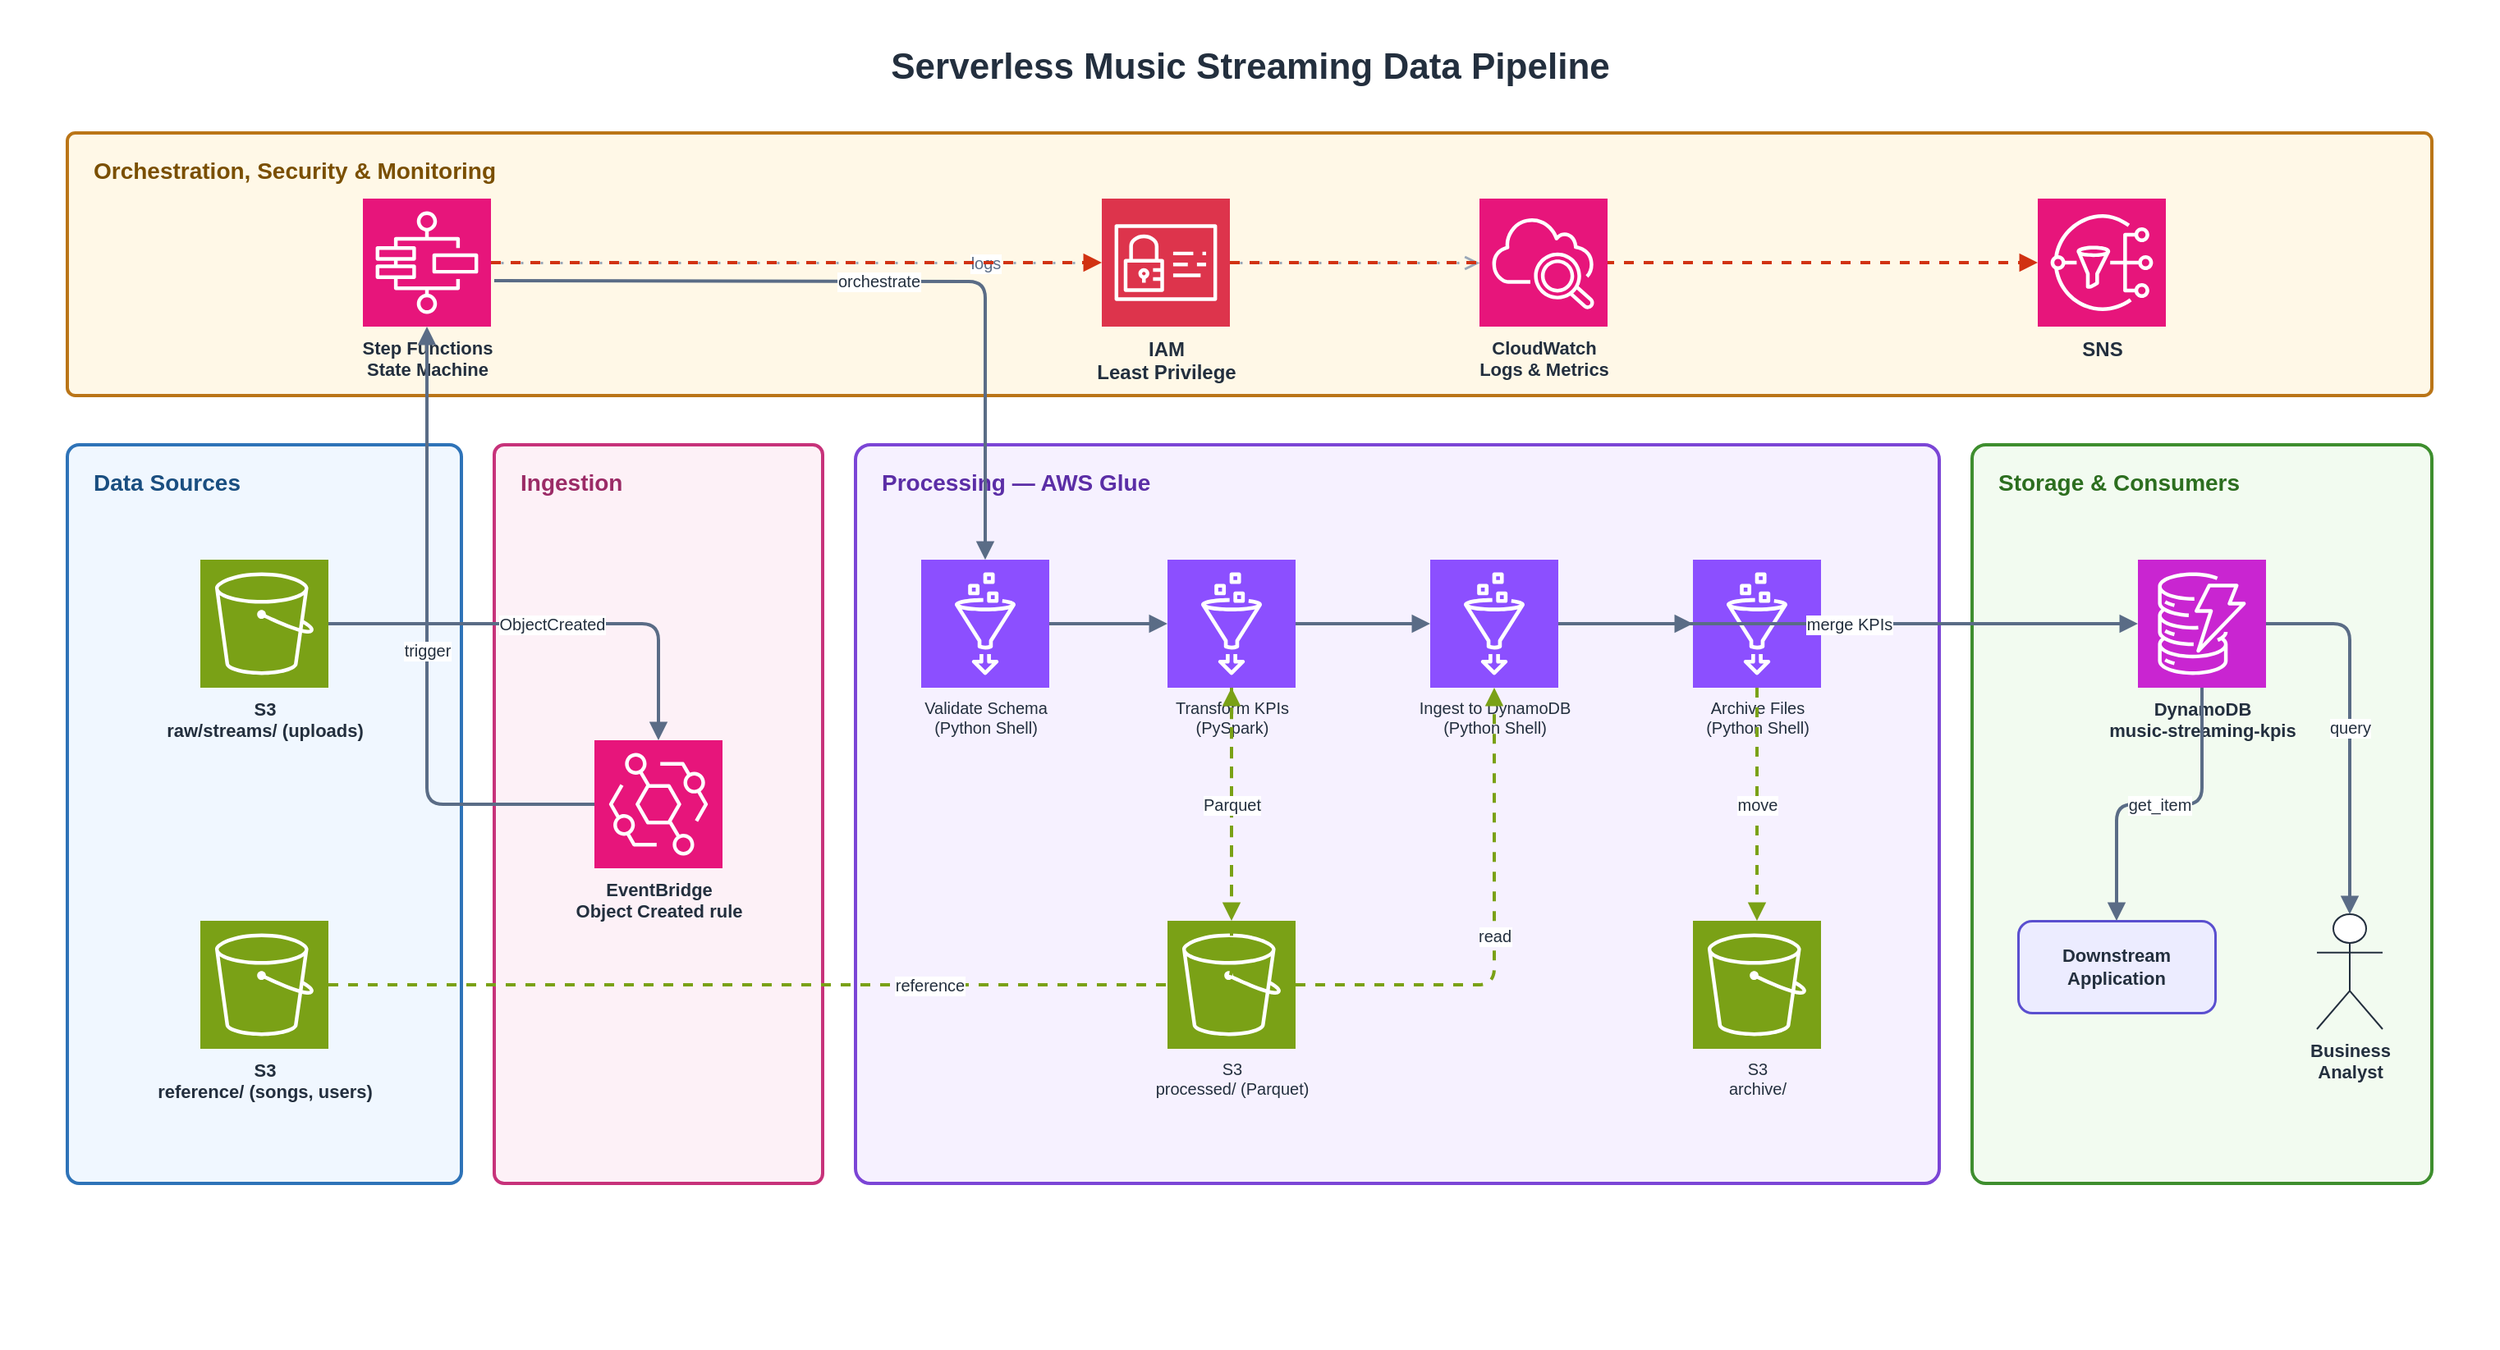
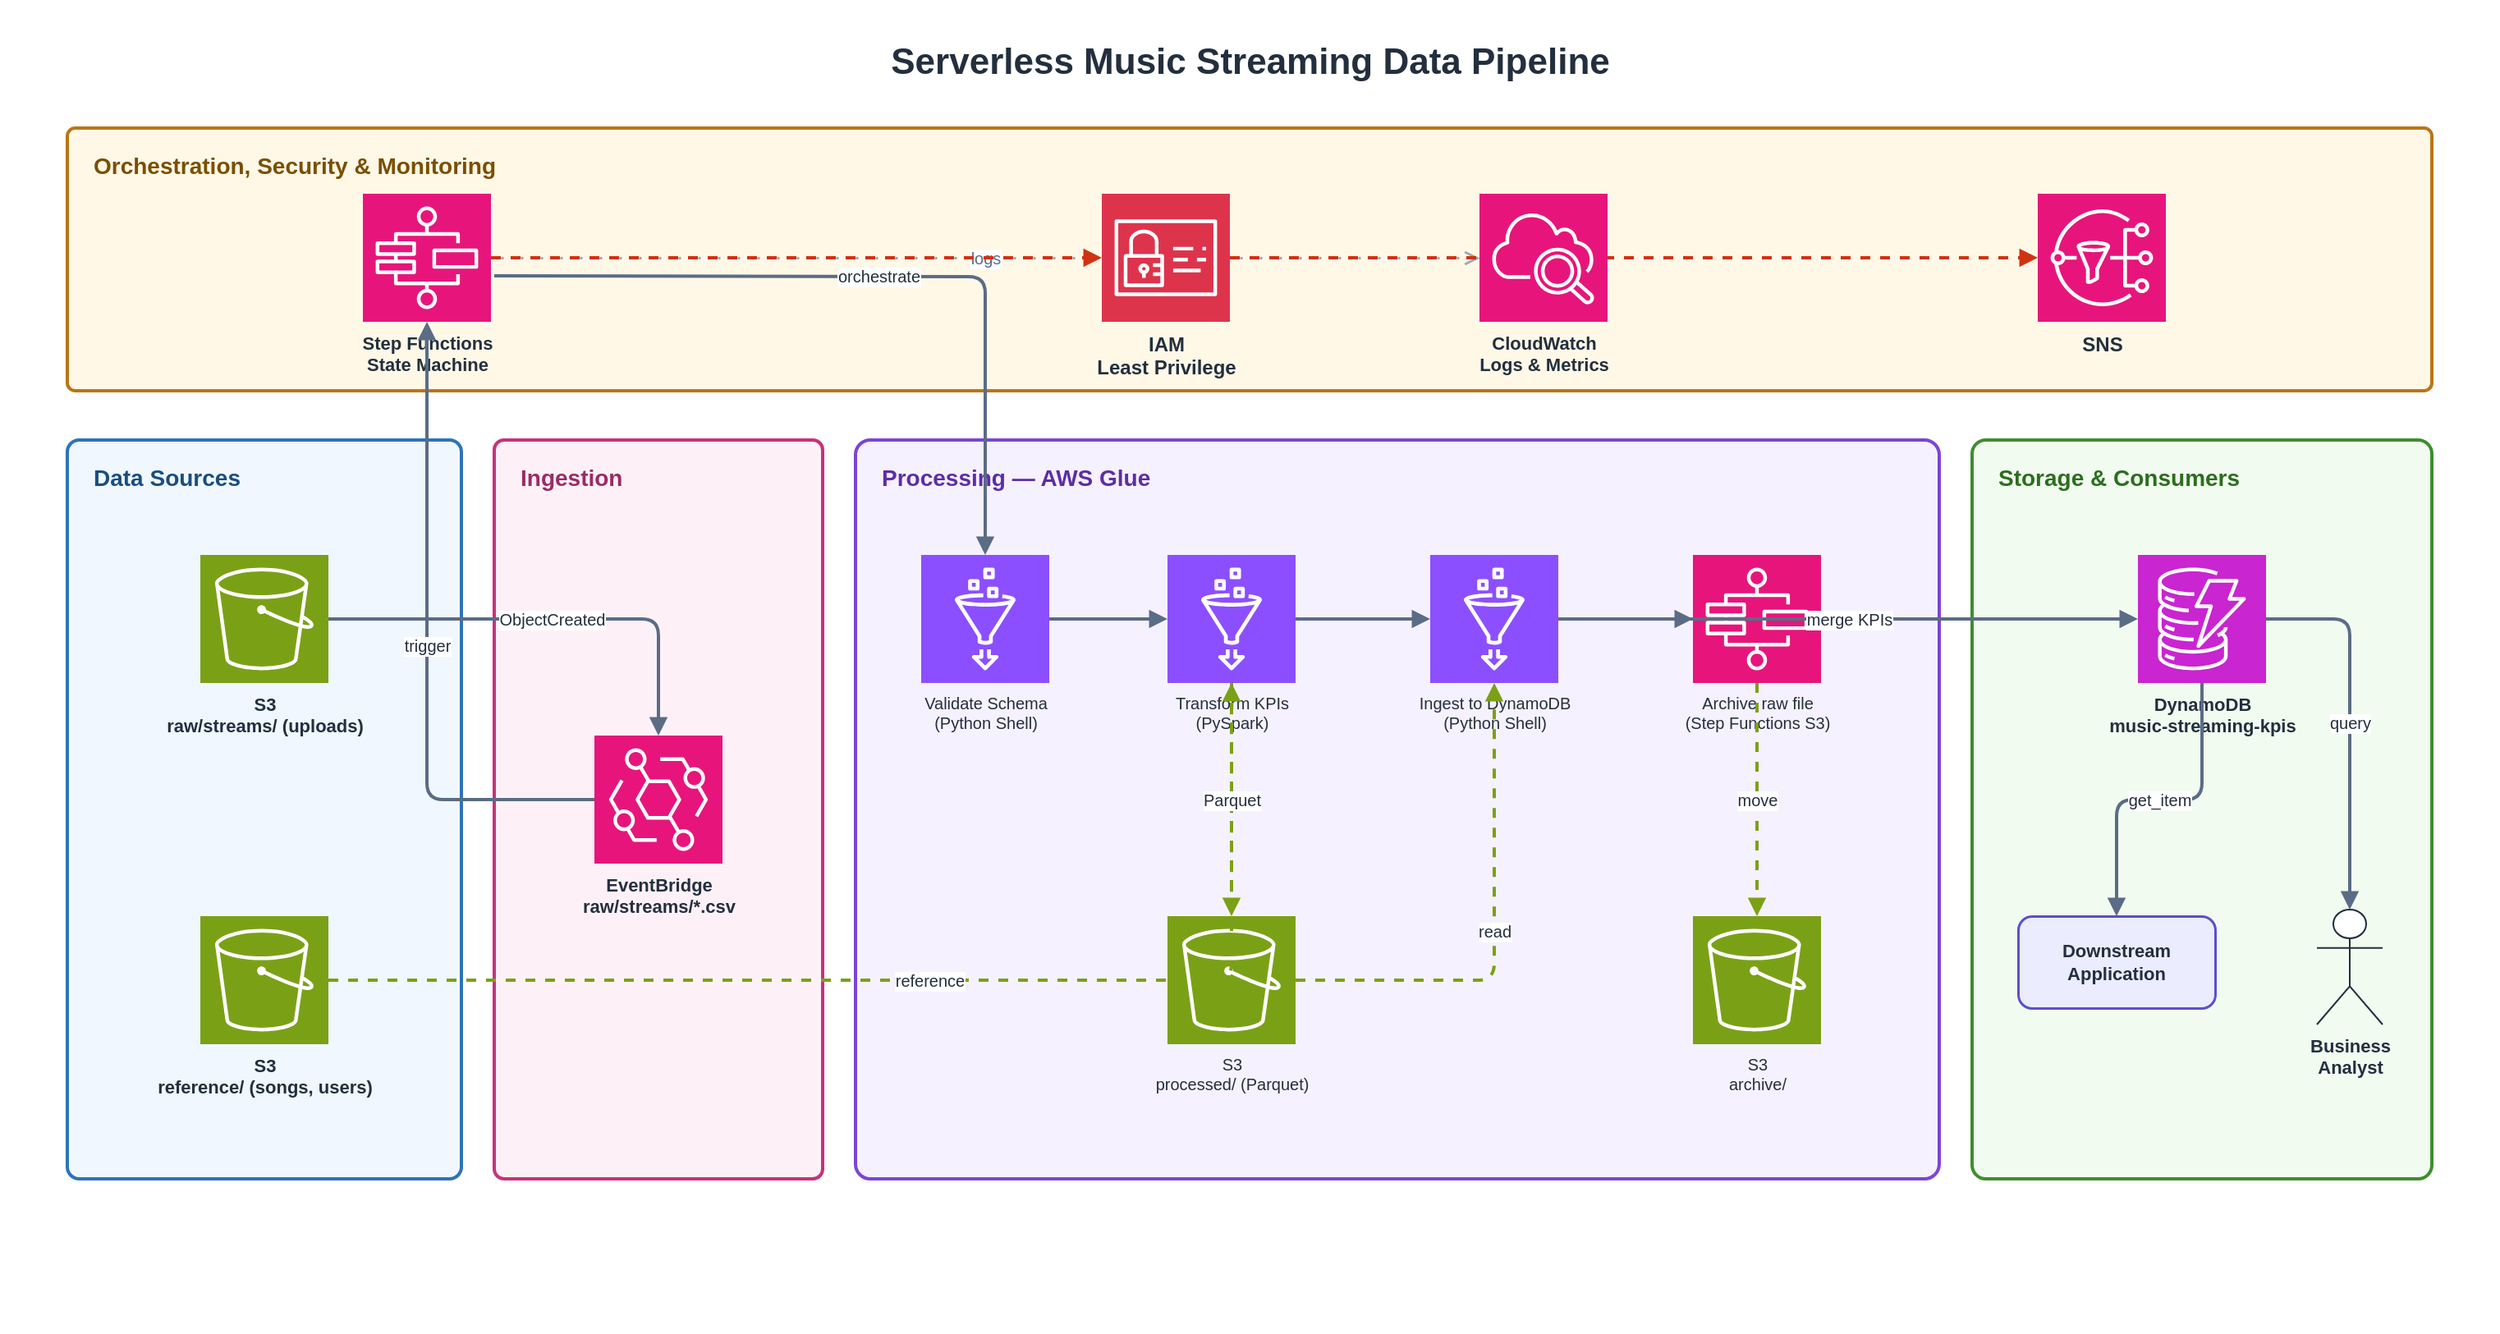
<mxfile host="65bd71144e">
    <diagram id="music-streaming-pipeline" name="Music Streaming Pipeline Architecture">
-         <mxGraphModel dx="2140" dy="930" grid="1" gridSize="10" guides="1" tooltips="1" connect="1" arrows="1" fold="1" page="1" pageScale="1" pageWidth="1520" pageHeight="820" background="#FFFFFF" math="0" shadow="0">
+         <mxGraphModel dx="1448" dy="1090" grid="1" gridSize="10" guides="1" tooltips="1" connect="1" arrows="1" fold="1" page="1" pageScale="1" pageWidth="1520" pageHeight="819" background="#FFFFFF" math="0" shadow="0">
            <root>
                <mxCell id="0"/>
                <mxCell id="1" parent="0"/>
-                 <mxCell id="7" value="" style="rounded=0;whiteSpace=wrap;html=1;strokeColor=#FFFFFF;" vertex="1" parent="1">
-                     <mxGeometry width="1520" height="820" as="geometry"/>
+                 <mxCell id="7" value="" style="rounded=0;whiteSpace=wrap;html=1;strokeColor=#FFFFFF;" parent="1" vertex="1">
+                     <mxGeometry y="3" width="1520" height="810" as="geometry"/>
                </mxCell>
                <mxCell id="title" value="Serverless Music Streaming Data Pipeline" style="text;html=1;align=center;verticalAlign=middle;fontSize=22;fontStyle=1;fontColor=#232F3E;" parent="1" vertex="1">
                    <mxGeometry x="40" y="20" width="1440" height="40" as="geometry"/>
                </mxCell>
                <mxCell id="govern" value="Orchestration, Security &amp; Monitoring" style="rounded=1;whiteSpace=wrap;html=1;fillColor=#FFF8E7;strokeColor=#BA7517;dashed=0;verticalAlign=top;align=left;spacingLeft=14;spacingTop=8;fontSize=14;fontStyle=1;fontColor=#7A4F00;strokeWidth=2;arcSize=3;" parent="1" vertex="1">
                    <mxGeometry x="40" y="80" width="1440" height="160" as="geometry"/>
                </mxCell>
                <mxCell id="ds" value="Data Sources" style="rounded=1;whiteSpace=wrap;html=1;fillColor=#F0F7FF;strokeColor=#2E73B8;dashed=0;verticalAlign=top;align=left;spacingLeft=14;spacingTop=8;fontSize=14;fontStyle=1;fontColor=#1A4E80;strokeWidth=2;arcSize=3;" parent="1" vertex="1">
                    <mxGeometry x="40" y="270" width="240" height="450" as="geometry"/>
                </mxCell>
                <mxCell id="ing" value="Ingestion" style="rounded=1;whiteSpace=wrap;html=1;fillColor=#FDF1F7;strokeColor=#C7327A;dashed=0;verticalAlign=top;align=left;spacingLeft=14;spacingTop=8;fontSize=14;fontStyle=1;fontColor=#9B2B66;strokeWidth=2;arcSize=3;" parent="1" vertex="1">
                    <mxGeometry x="300" y="270" width="200" height="450" as="geometry"/>
                </mxCell>
                <mxCell id="proc" value="Processing — AWS Glue" style="rounded=1;whiteSpace=wrap;html=1;fillColor=#F6F1FF;strokeColor=#7B45D6;dashed=0;verticalAlign=top;align=left;spacingLeft=14;spacingTop=8;fontSize=14;fontStyle=1;fontColor=#5B2EA6;strokeWidth=2;arcSize=2;" parent="1" vertex="1">
                    <mxGeometry x="520" y="270" width="660" height="450" as="geometry"/>
                </mxCell>
                <mxCell id="cons" value="Storage &amp; Consumers" style="rounded=1;whiteSpace=wrap;html=1;fillColor=#F2FBF0;strokeColor=#3E8E2E;dashed=0;verticalAlign=top;align=left;spacingLeft=14;spacingTop=8;fontSize=14;fontStyle=1;fontColor=#2C6E1F;strokeWidth=2;arcSize=3;" parent="1" vertex="1">
                    <mxGeometry x="1200" y="270" width="280" height="450" as="geometry"/>
                </mxCell>
-                 <mxCell id="sfn" value="Step Functions&#xa;State Machine" style="sketch=0;outlineConnect=0;fontColor=#232F3E;gradientColor=none;fillColor=#E7157B;strokeColor=#ffffff;dashed=0;verticalLabelPosition=bottom;verticalAlign=top;align=center;html=1;fontSize=11;fontStyle=1;aspect=fixed;shape=mxgraph.aws4.resourceIcon;resIcon=mxgraph.aws4.step_functions;" parent="1" vertex="1">
+                 <mxCell id="sfn" value="Step Functions&#10;State Machine" style="sketch=0;outlineConnect=0;fontColor=#232F3E;gradientColor=none;fillColor=#E7157B;strokeColor=#ffffff;dashed=0;verticalLabelPosition=bottom;verticalAlign=top;align=center;html=1;fontSize=11;fontStyle=1;aspect=fixed;shape=mxgraph.aws4.resourceIcon;resIcon=mxgraph.aws4.step_functions;" parent="1" vertex="1">
                    <mxGeometry x="220" y="120" width="78" height="78" as="geometry"/>
                </mxCell>
-                 <mxCell id="s3raw" value="S3&#xa;raw/streams/ (uploads)" style="sketch=0;outlineConnect=0;fontColor=#232F3E;gradientColor=none;fillColor=#7AA116;strokeColor=#ffffff;dashed=0;verticalLabelPosition=bottom;verticalAlign=top;align=center;html=1;fontSize=11;fontStyle=1;aspect=fixed;shape=mxgraph.aws4.resourceIcon;resIcon=mxgraph.aws4.s3;" parent="1" vertex="1">
+                 <mxCell id="s3raw" value="S3&#10;raw/streams/ (uploads)" style="sketch=0;outlineConnect=0;fontColor=#232F3E;gradientColor=none;fillColor=#7AA116;strokeColor=#ffffff;dashed=0;verticalLabelPosition=bottom;verticalAlign=top;align=center;html=1;fontSize=11;fontStyle=1;aspect=fixed;shape=mxgraph.aws4.resourceIcon;resIcon=mxgraph.aws4.s3;" parent="1" vertex="1">
                    <mxGeometry x="121" y="340" width="78" height="78" as="geometry"/>
                </mxCell>
-                 <mxCell id="s3ref" value="S3&#xa;reference/ (songs, users)" style="sketch=0;outlineConnect=0;fontColor=#232F3E;gradientColor=none;fillColor=#7AA116;strokeColor=#ffffff;dashed=0;verticalLabelPosition=bottom;verticalAlign=top;align=center;html=1;fontSize=11;fontStyle=1;aspect=fixed;shape=mxgraph.aws4.resourceIcon;resIcon=mxgraph.aws4.s3;" parent="1" vertex="1">
+                 <mxCell id="s3ref" value="S3&#10;reference/ (songs, users)" style="sketch=0;outlineConnect=0;fontColor=#232F3E;gradientColor=none;fillColor=#7AA116;strokeColor=#ffffff;dashed=0;verticalLabelPosition=bottom;verticalAlign=top;align=center;html=1;fontSize=11;fontStyle=1;aspect=fixed;shape=mxgraph.aws4.resourceIcon;resIcon=mxgraph.aws4.s3;" parent="1" vertex="1">
                    <mxGeometry x="121" y="560" width="78" height="78" as="geometry"/>
                </mxCell>
-                 <mxCell id="eb" value="EventBridge&#xa;Object Created rule" style="sketch=0;outlineConnect=0;fontColor=#232F3E;gradientColor=none;fillColor=#E7157B;strokeColor=#ffffff;dashed=0;verticalLabelPosition=bottom;verticalAlign=top;align=center;html=1;fontSize=11;fontStyle=1;aspect=fixed;shape=mxgraph.aws4.resourceIcon;resIcon=mxgraph.aws4.eventbridge;" parent="1" vertex="1">
+                 <mxCell id="eb" value="EventBridge&#10;raw/streams/*.csv" style="sketch=0;outlineConnect=0;fontColor=#232F3E;gradientColor=none;fillColor=#E7157B;strokeColor=#ffffff;dashed=0;verticalLabelPosition=bottom;verticalAlign=top;align=center;html=1;fontSize=11;fontStyle=1;aspect=fixed;shape=mxgraph.aws4.resourceIcon;resIcon=mxgraph.aws4.eventbridge;" parent="1" vertex="1">
                    <mxGeometry x="361" y="450" width="78" height="78" as="geometry"/>
                </mxCell>
-                 <mxCell id="gv" value="Validate Schema&#xa;(Python Shell)" style="sketch=0;outlineConnect=0;fontColor=#232F3E;gradientColor=none;fillColor=#8C4FFF;strokeColor=#ffffff;dashed=0;verticalLabelPosition=bottom;verticalAlign=top;align=center;html=1;fontSize=10;fontStyle=0;aspect=fixed;shape=mxgraph.aws4.resourceIcon;resIcon=mxgraph.aws4.glue;" parent="1" vertex="1">
+                 <mxCell id="gv" value="Validate Schema&#10;(Python Shell)" style="sketch=0;outlineConnect=0;fontColor=#232F3E;gradientColor=none;fillColor=#8C4FFF;strokeColor=#ffffff;dashed=0;verticalLabelPosition=bottom;verticalAlign=top;align=center;html=1;fontSize=10;fontStyle=0;aspect=fixed;shape=mxgraph.aws4.resourceIcon;resIcon=mxgraph.aws4.glue;" parent="1" vertex="1">
                    <mxGeometry x="560" y="340" width="78" height="78" as="geometry"/>
                </mxCell>
-                 <mxCell id="gt" value="Transform KPIs&#xa;(PySpark)" style="sketch=0;outlineConnect=0;fontColor=#232F3E;gradientColor=none;fillColor=#8C4FFF;strokeColor=#ffffff;dashed=0;verticalLabelPosition=bottom;verticalAlign=top;align=center;html=1;fontSize=10;fontStyle=0;aspect=fixed;shape=mxgraph.aws4.resourceIcon;resIcon=mxgraph.aws4.glue;" parent="1" vertex="1">
+                 <mxCell id="gt" value="Transform KPIs&#10;(PySpark)" style="sketch=0;outlineConnect=0;fontColor=#232F3E;gradientColor=none;fillColor=#8C4FFF;strokeColor=#ffffff;dashed=0;verticalLabelPosition=bottom;verticalAlign=top;align=center;html=1;fontSize=10;fontStyle=0;aspect=fixed;shape=mxgraph.aws4.resourceIcon;resIcon=mxgraph.aws4.glue;" parent="1" vertex="1">
                    <mxGeometry x="710" y="340" width="78" height="78" as="geometry"/>
                </mxCell>
-                 <mxCell id="gi" value="Ingest to DynamoDB&#xa;(Python Shell)" style="sketch=0;outlineConnect=0;fontColor=#232F3E;gradientColor=none;fillColor=#8C4FFF;strokeColor=#ffffff;dashed=0;verticalLabelPosition=bottom;verticalAlign=top;align=center;html=1;fontSize=10;fontStyle=0;aspect=fixed;shape=mxgraph.aws4.resourceIcon;resIcon=mxgraph.aws4.glue;" parent="1" vertex="1">
+                 <mxCell id="gi" value="Ingest to DynamoDB&#10;(Python Shell)" style="sketch=0;outlineConnect=0;fontColor=#232F3E;gradientColor=none;fillColor=#8C4FFF;strokeColor=#ffffff;dashed=0;verticalLabelPosition=bottom;verticalAlign=top;align=center;html=1;fontSize=10;fontStyle=0;aspect=fixed;shape=mxgraph.aws4.resourceIcon;resIcon=mxgraph.aws4.glue;" parent="1" vertex="1">
                    <mxGeometry x="870" y="340" width="78" height="78" as="geometry"/>
                </mxCell>
-                 <mxCell id="ga" value="Archive Files&#xa;(Python Shell)" style="sketch=0;outlineConnect=0;fontColor=#232F3E;gradientColor=none;fillColor=#8C4FFF;strokeColor=#ffffff;dashed=0;verticalLabelPosition=bottom;verticalAlign=top;align=center;html=1;fontSize=10;fontStyle=0;aspect=fixed;shape=mxgraph.aws4.resourceIcon;resIcon=mxgraph.aws4.glue;" parent="1" vertex="1">
+                 <mxCell id="ga" value="Archive raw file&#10;(Step Functions S3)" style="sketch=0;outlineConnect=0;fontColor=#232F3E;gradientColor=none;fillColor=#E7157B;strokeColor=#ffffff;dashed=0;verticalLabelPosition=bottom;verticalAlign=top;align=center;html=1;fontSize=10;fontStyle=0;aspect=fixed;shape=mxgraph.aws4.resourceIcon;resIcon=mxgraph.aws4.step_functions;" parent="1" vertex="1">
                    <mxGeometry x="1030" y="340" width="78" height="78" as="geometry"/>
                </mxCell>
-                 <mxCell id="s3proc" value="S3&#xa;processed/ (Parquet)" style="sketch=0;outlineConnect=0;fontColor=#232F3E;gradientColor=none;fillColor=#7AA116;strokeColor=#ffffff;dashed=0;verticalLabelPosition=bottom;verticalAlign=top;align=center;html=1;fontSize=10;fontStyle=0;aspect=fixed;shape=mxgraph.aws4.resourceIcon;resIcon=mxgraph.aws4.s3;" parent="1" vertex="1">
+                 <mxCell id="s3proc" value="S3&#10;processed/ (Parquet)" style="sketch=0;outlineConnect=0;fontColor=#232F3E;gradientColor=none;fillColor=#7AA116;strokeColor=#ffffff;dashed=0;verticalLabelPosition=bottom;verticalAlign=top;align=center;html=1;fontSize=10;fontStyle=0;aspect=fixed;shape=mxgraph.aws4.resourceIcon;resIcon=mxgraph.aws4.s3;" parent="1" vertex="1">
                    <mxGeometry x="710" y="560" width="78" height="78" as="geometry"/>
                </mxCell>
-                 <mxCell id="s3arch" value="S3&#xa;archive/" style="sketch=0;outlineConnect=0;fontColor=#232F3E;gradientColor=none;fillColor=#7AA116;strokeColor=#ffffff;dashed=0;verticalLabelPosition=bottom;verticalAlign=top;align=center;html=1;fontSize=10;fontStyle=0;aspect=fixed;shape=mxgraph.aws4.resourceIcon;resIcon=mxgraph.aws4.s3;" parent="1" vertex="1">
+                 <mxCell id="s3arch" value="S3&#10;archive/" style="sketch=0;outlineConnect=0;fontColor=#232F3E;gradientColor=none;fillColor=#7AA116;strokeColor=#ffffff;dashed=0;verticalLabelPosition=bottom;verticalAlign=top;align=center;html=1;fontSize=10;fontStyle=0;aspect=fixed;shape=mxgraph.aws4.resourceIcon;resIcon=mxgraph.aws4.s3;" parent="1" vertex="1">
                    <mxGeometry x="1030" y="560" width="78" height="78" as="geometry"/>
                </mxCell>
-                 <mxCell id="ddb" value="DynamoDB&#xa;music-streaming-kpis" style="sketch=0;outlineConnect=0;fontColor=#232F3E;gradientColor=none;fillColor=#C925D1;strokeColor=#ffffff;dashed=0;verticalLabelPosition=bottom;verticalAlign=top;align=center;html=1;fontSize=11;fontStyle=1;aspect=fixed;shape=mxgraph.aws4.resourceIcon;resIcon=mxgraph.aws4.dynamodb;" parent="1" vertex="1">
+                 <mxCell id="ddb" value="DynamoDB&#10;music-streaming-kpis" style="sketch=0;outlineConnect=0;fontColor=#232F3E;gradientColor=none;fillColor=#C925D1;strokeColor=#ffffff;dashed=0;verticalLabelPosition=bottom;verticalAlign=top;align=center;html=1;fontSize=11;fontStyle=1;aspect=fixed;shape=mxgraph.aws4.resourceIcon;resIcon=mxgraph.aws4.dynamodb;" parent="1" vertex="1">
                    <mxGeometry x="1301" y="340" width="78" height="78" as="geometry"/>
                </mxCell>
-                 <mxCell id="app" value="Downstream&#xa;Application" style="rounded=1;whiteSpace=wrap;html=1;fillColor=#ECECFF;strokeColor=#5A4FCF;fontColor=#232F3E;fontSize=11;fontStyle=1;strokeWidth=1.5;" parent="1" vertex="1">
+                 <mxCell id="app" value="Downstream&#10;Application" style="rounded=1;whiteSpace=wrap;html=1;fillColor=#ECECFF;strokeColor=#5A4FCF;fontColor=#232F3E;fontSize=11;fontStyle=1;strokeWidth=1.5;" parent="1" vertex="1">
                    <mxGeometry x="1228" y="560" width="120" height="56" as="geometry"/>
                </mxCell>
-                 <mxCell id="analyst" value="Business&#xa;Analyst" style="shape=umlActor;verticalLabelPosition=bottom;verticalAlign=top;html=1;outlineConnect=0;fontColor=#232F3E;fontSize=11;fontStyle=1;strokeColor=#232F3E;" parent="1" vertex="1">
+                 <mxCell id="analyst" value="Business&#10;Analyst" style="shape=umlActor;verticalLabelPosition=bottom;verticalAlign=top;html=1;outlineConnect=0;fontColor=#232F3E;fontSize=11;fontStyle=1;strokeColor=#232F3E;" parent="1" vertex="1">
                    <mxGeometry x="1410" y="556" width="40" height="70" as="geometry"/>
                </mxCell>
                <mxCell id="e1" value="ObjectCreated" style="edgeStyle=orthogonalEdgeStyle;rounded=1;html=1;strokeColor=#5A6C86;strokeWidth=2;fontColor=#232F3E;fontSize=10;endArrow=block;endFill=1;" parent="1" source="s3raw" target="eb" edge="1">
                    <mxGeometry relative="1" as="geometry"/>
                </mxCell>
                <mxCell id="e2" value="trigger" style="edgeStyle=orthogonalEdgeStyle;rounded=1;html=1;strokeColor=#5A6C86;strokeWidth=2;fontColor=#232F3E;fontSize=10;endArrow=block;endFill=1;" parent="1" source="eb" target="sfn" edge="1">
                    <mxGeometry relative="1" as="geometry"/>
                </mxCell>
                <mxCell id="e3" value="orchestrate" style="edgeStyle=orthogonalEdgeStyle;rounded=1;html=1;strokeColor=#5A6C86;strokeWidth=2;fontColor=#232F3E;fontSize=10;endArrow=block;endFill=1;" parent="1" target="gv" edge="1">
                    <mxGeometry relative="1" as="geometry">
                        <mxPoint x="300" y="170" as="sourcePoint"/>
                    </mxGeometry>
                </mxCell>
                <mxCell id="e4" value="" style="edgeStyle=orthogonalEdgeStyle;rounded=1;html=1;strokeColor=#5A6C86;strokeWidth=2;endArrow=block;endFill=1;" parent="1" source="gv" target="gt" edge="1">
                    <mxGeometry relative="1" as="geometry"/>
                </mxCell>
                <mxCell id="e5" value="" style="edgeStyle=orthogonalEdgeStyle;rounded=1;html=1;strokeColor=#5A6C86;strokeWidth=2;endArrow=block;endFill=1;" parent="1" source="gt" target="gi" edge="1">
                    <mxGeometry relative="1" as="geometry"/>
                </mxCell>
                <mxCell id="e6" value="" style="edgeStyle=orthogonalEdgeStyle;rounded=1;html=1;strokeColor=#5A6C86;strokeWidth=2;endArrow=block;endFill=1;" parent="1" source="gi" target="ga" edge="1">
                    <mxGeometry relative="1" as="geometry"/>
                </mxCell>
                <mxCell id="e7" value="reference" style="edgeStyle=orthogonalEdgeStyle;rounded=1;html=1;strokeColor=#7AA116;strokeWidth=2;dashed=1;fontColor=#232F3E;fontSize=10;endArrow=block;endFill=1;" parent="1" source="s3ref" target="gt" edge="1">
                    <mxGeometry relative="1" as="geometry"/>
                </mxCell>
                <mxCell id="e8" value="Parquet" style="edgeStyle=orthogonalEdgeStyle;rounded=1;html=1;strokeColor=#7AA116;strokeWidth=2;dashed=1;fontColor=#232F3E;fontSize=10;endArrow=block;endFill=1;" parent="1" source="gt" target="s3proc" edge="1">
                    <mxGeometry relative="1" as="geometry"/>
                </mxCell>
                <mxCell id="e9" value="read" style="edgeStyle=orthogonalEdgeStyle;rounded=1;html=1;strokeColor=#7AA116;strokeWidth=2;dashed=1;fontColor=#232F3E;fontSize=10;endArrow=block;endFill=1;" parent="1" source="s3proc" target="gi" edge="1">
                    <mxGeometry relative="1" as="geometry"/>
                </mxCell>
                <mxCell id="e10" value="merge KPIs" style="edgeStyle=orthogonalEdgeStyle;rounded=1;html=1;strokeColor=#5A6C86;strokeWidth=2;fontColor=#232F3E;fontSize=10;endArrow=block;endFill=1;" parent="1" source="gi" target="ddb" edge="1">
                    <mxGeometry relative="1" as="geometry"/>
                </mxCell>
                <mxCell id="e11" value="move" style="edgeStyle=orthogonalEdgeStyle;rounded=1;html=1;strokeColor=#7AA116;strokeWidth=2;dashed=1;fontColor=#232F3E;fontSize=10;endArrow=block;endFill=1;" parent="1" source="ga" target="s3arch" edge="1">
                    <mxGeometry relative="1" as="geometry"/>
                </mxCell>
                <mxCell id="e13" value="logs" style="edgeStyle=orthogonalEdgeStyle;rounded=1;html=1;strokeColor=#9AA7B8;strokeWidth=1.5;dashed=1;dashPattern=1 3;fontColor=#5A6C86;fontSize=10;endArrow=open;endFill=0;" parent="1" source="sfn" target="cw" edge="1">
                    <mxGeometry relative="1" as="geometry"/>
                </mxCell>
                <mxCell id="e14" value="get_item" style="edgeStyle=orthogonalEdgeStyle;rounded=1;html=1;strokeColor=#5A6C86;strokeWidth=2;fontColor=#232F3E;fontSize=10;endArrow=block;endFill=1;" parent="1" source="ddb" target="app" edge="1">
                    <mxGeometry relative="1" as="geometry"/>
                </mxCell>
                <mxCell id="e15" value="query" style="edgeStyle=orthogonalEdgeStyle;rounded=1;html=1;strokeColor=#5A6C86;strokeWidth=2;fontColor=#232F3E;fontSize=10;endArrow=block;endFill=1;" parent="1" source="ddb" target="analyst" edge="1">
                    <mxGeometry relative="1" as="geometry"/>
                </mxCell>
-                 <mxCell id="2" value="&lt;b&gt;SNS&lt;/b&gt;" style="sketch=0;points=[[0,0,0],[0.25,0,0],[0.5,0,0],[0.75,0,0],[1,0,0],[0,1,0],[0.25,1,0],[0.5,1,0],[0.75,1,0],[1,1,0],[0,0.25,0],[0,0.5,0],[0,0.75,0],[1,0.25,0],[1,0.5,0],[1,0.75,0]];outlineConnect=0;fontColor=#232F3E;fillColor=#E7157B;strokeColor=#ffffff;dashed=0;verticalLabelPosition=bottom;verticalAlign=top;align=center;html=1;fontSize=12;fontStyle=0;aspect=fixed;shape=mxgraph.aws4.resourceIcon;resIcon=mxgraph.aws4.sns;" vertex="1" parent="1">
+                 <mxCell id="2" value="&lt;b&gt;SNS&lt;/b&gt;" style="sketch=0;points=[[0,0,0],[0.25,0,0],[0.5,0,0],[0.75,0,0],[1,0,0],[0,1,0],[0.25,1,0],[0.5,1,0],[0.75,1,0],[1,1,0],[0,0.25,0],[0,0.5,0],[0,0.75,0],[1,0.25,0],[1,0.5,0],[1,0.75,0]];outlineConnect=0;fontColor=#232F3E;fillColor=#E7157B;strokeColor=#ffffff;dashed=0;verticalLabelPosition=bottom;verticalAlign=top;align=center;html=1;fontSize=12;fontStyle=0;aspect=fixed;shape=mxgraph.aws4.resourceIcon;resIcon=mxgraph.aws4.sns;" parent="1" vertex="1">
                    <mxGeometry x="1240" y="120" width="78" height="78" as="geometry"/>
                </mxCell>
-                 <mxCell id="4" value="" style="edgeStyle=orthogonalEdgeStyle;rounded=1;html=1;strokeColor=#D13212;strokeWidth=2;dashed=1;fontColor=#D13212;fontSize=10;endArrow=block;endFill=1;" edge="1" parent="1" source="sfn" target="3">
+                 <mxCell id="4" value="" style="edgeStyle=orthogonalEdgeStyle;rounded=1;html=1;strokeColor=#D13212;strokeWidth=2;dashed=1;fontColor=#D13212;fontSize=10;endArrow=block;endFill=1;" parent="1" source="sfn" target="3" edge="1">
                    <mxGeometry relative="1" as="geometry">
                        <mxPoint x="298" y="159" as="sourcePoint"/>
                        <mxPoint x="1240" y="159.0000000000001" as="targetPoint"/>
                    </mxGeometry>
                </mxCell>
-                 <mxCell id="3" value="&lt;b&gt;IAM&lt;/b&gt;&lt;div&gt;&lt;b&gt;Least Privilege&lt;/b&gt;&lt;/div&gt;" style="sketch=0;points=[[0,0,0],[0.25,0,0],[0.5,0,0],[0.75,0,0],[1,0,0],[0,1,0],[0.25,1,0],[0.5,1,0],[0.75,1,0],[1,1,0],[0,0.25,0],[0,0.5,0],[0,0.75,0],[1,0.25,0],[1,0.5,0],[1,0.75,0]];outlineConnect=0;fontColor=#232F3E;fillColor=#DD344C;strokeColor=#ffffff;dashed=0;verticalLabelPosition=bottom;verticalAlign=top;align=center;html=1;fontSize=12;fontStyle=0;aspect=fixed;shape=mxgraph.aws4.resourceIcon;resIcon=mxgraph.aws4.identity_and_access_management;" vertex="1" parent="1">
+                 <mxCell id="3" value="&lt;b&gt;IAM&lt;/b&gt;&lt;div&gt;&lt;b&gt;Least Privilege&lt;/b&gt;&lt;/div&gt;" style="sketch=0;points=[[0,0,0],[0.25,0,0],[0.5,0,0],[0.75,0,0],[1,0,0],[0,1,0],[0.25,1,0],[0.5,1,0],[0.75,1,0],[1,1,0],[0,0.25,0],[0,0.5,0],[0,0.75,0],[1,0.25,0],[1,0.5,0],[1,0.75,0]];outlineConnect=0;fontColor=#232F3E;fillColor=#DD344C;strokeColor=#ffffff;dashed=0;verticalLabelPosition=bottom;verticalAlign=top;align=center;html=1;fontSize=12;fontStyle=0;aspect=fixed;shape=mxgraph.aws4.resourceIcon;resIcon=mxgraph.aws4.identity_and_access_management;" parent="1" vertex="1">
                    <mxGeometry x="670" y="120" width="78" height="78" as="geometry"/>
                </mxCell>
                <mxCell id="e12" value="" style="edgeStyle=orthogonalEdgeStyle;rounded=1;html=1;strokeColor=#D13212;strokeWidth=2;dashed=1;fontColor=#D13212;fontSize=10;endArrow=block;endFill=1;" parent="1" source="3" edge="1">
                    <mxGeometry relative="1" as="geometry">
                        <mxPoint x="1240" y="159.0000000000001" as="targetPoint"/>
                    </mxGeometry>
                </mxCell>
-                 <mxCell id="cw" value="CloudWatch&#xa;Logs &amp; Metrics" style="sketch=0;outlineConnect=0;fontColor=#232F3E;gradientColor=none;fillColor=#E7157B;strokeColor=#ffffff;dashed=0;verticalLabelPosition=bottom;verticalAlign=top;align=center;html=1;fontSize=11;fontStyle=1;aspect=fixed;shape=mxgraph.aws4.resourceIcon;resIcon=mxgraph.aws4.cloudwatch_2;" parent="1" vertex="1">
+                 <mxCell id="cw" value="CloudWatch&#10;Logs &amp; Metrics" style="sketch=0;outlineConnect=0;fontColor=#232F3E;gradientColor=none;fillColor=#E7157B;strokeColor=#ffffff;dashed=0;verticalLabelPosition=bottom;verticalAlign=top;align=center;html=1;fontSize=11;fontStyle=1;aspect=fixed;shape=mxgraph.aws4.resourceIcon;resIcon=mxgraph.aws4.cloudwatch_2;" parent="1" vertex="1">
                    <mxGeometry x="900" y="120" width="78" height="78" as="geometry"/>
                </mxCell>
            </root>
        </mxGraphModel>
    </diagram>
</mxfile>